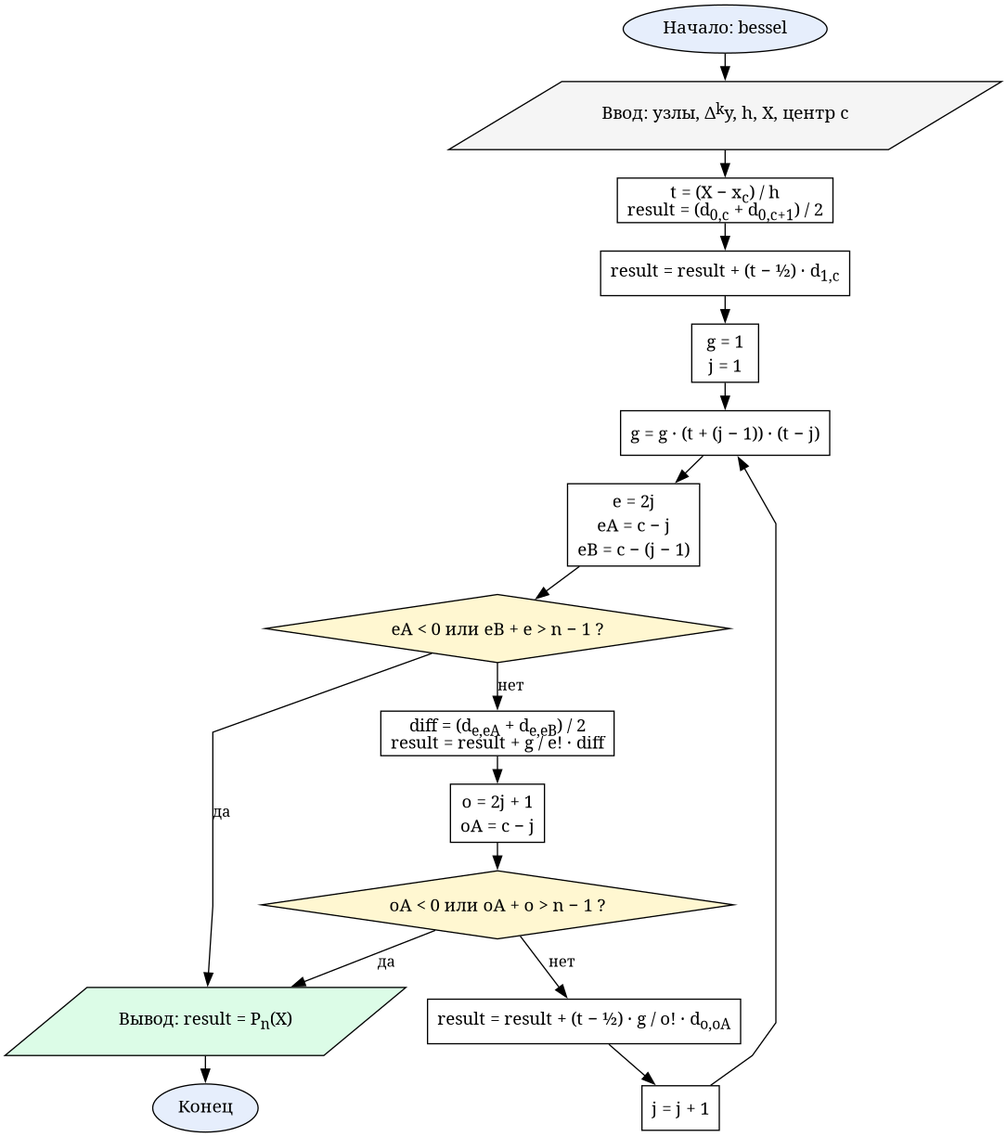
The Graphviz diagram reports/resources/flowcharts/lab5_bessel.png in Oriptal/calc-math-lab2, before a commit. Its source is kept beside it as reports/resources/flowcharts/lab5_bessel.dot. Its diagram source:
```dot
digraph Lab5Bessel {
  graph [fontname="CMU Serif", rankdir=TB, nodesep=0.25, ranksep=0.3, splines=polyline]
  node  [fontname="CMU Serif", fontsize=14, style="filled", fillcolor="#ffffff", color="#000000"]
  edge  [fontname="CMU Serif", fontsize=12, color="#000000"]

  start  [label="Начало: bessel", shape=oval, fillcolor="#e6eefc"]
  input  [label=<Ввод: узлы, Δ<SUP>k</SUP>y, h, X, центр c>, shape=parallelogram, fillcolor="#f5f5f5"]
  init   [label=<t = (X − x<SUB>c</SUB>) / h<BR/>result = (d<SUB>0,c</SUB> + d<SUB>0,c+1</SUB>) / 2>, shape=box]
  term1  [label=<result = result + (t − ½) · d<SUB>1,c</SUB>>, shape=box]
  setg   [label=<g = 1<BR/>j = 1>, shape=box]
  ge     [label=<g = g · (t + (j − 1)) · (t − j)>, shape=box]
  eidx   [label=<e = 2j<BR/>eA = c − j<BR/>eB = c − (j − 1)>, shape=box]
  chke   [label=<eA &lt; 0 или eB + e &gt; n − 1 ?>, shape=diamond, fillcolor="#fff7d1"]
  acce   [label=<diff = (d<SUB>e,eA</SUB> + d<SUB>e,eB</SUB>) / 2<BR/>result = result + g / e! · diff>, shape=box]
  oidx   [label=<o = 2j + 1<BR/>oA = c − j>, shape=box]
  chko   [label=<oA &lt; 0 или oA + o &gt; n − 1 ?>, shape=diamond, fillcolor="#fff7d1"]
  acco   [label=<result = result + (t − ½) · g / o! · d<SUB>o,oA</SUB>>, shape=box]
  nextj  [label=<j = j + 1>, shape=box]
  output [label=<Вывод: result = P<SUB>n</SUB>(X)>, shape=parallelogram, fillcolor="#dcfce7"]
  stop   [label="Конец", shape=oval, fillcolor="#e6eefc"]

  start -> input -> init -> term1 -> setg -> ge
  ge -> eidx -> chke
  chke -> output [label="да"]
  chke -> acce [label="нет"]
  acce -> oidx -> chko
  chko -> output [label="да"]
  chko -> acco [label="нет"]
  acco -> nextj
  nextj -> ge
  output -> stop
}
```
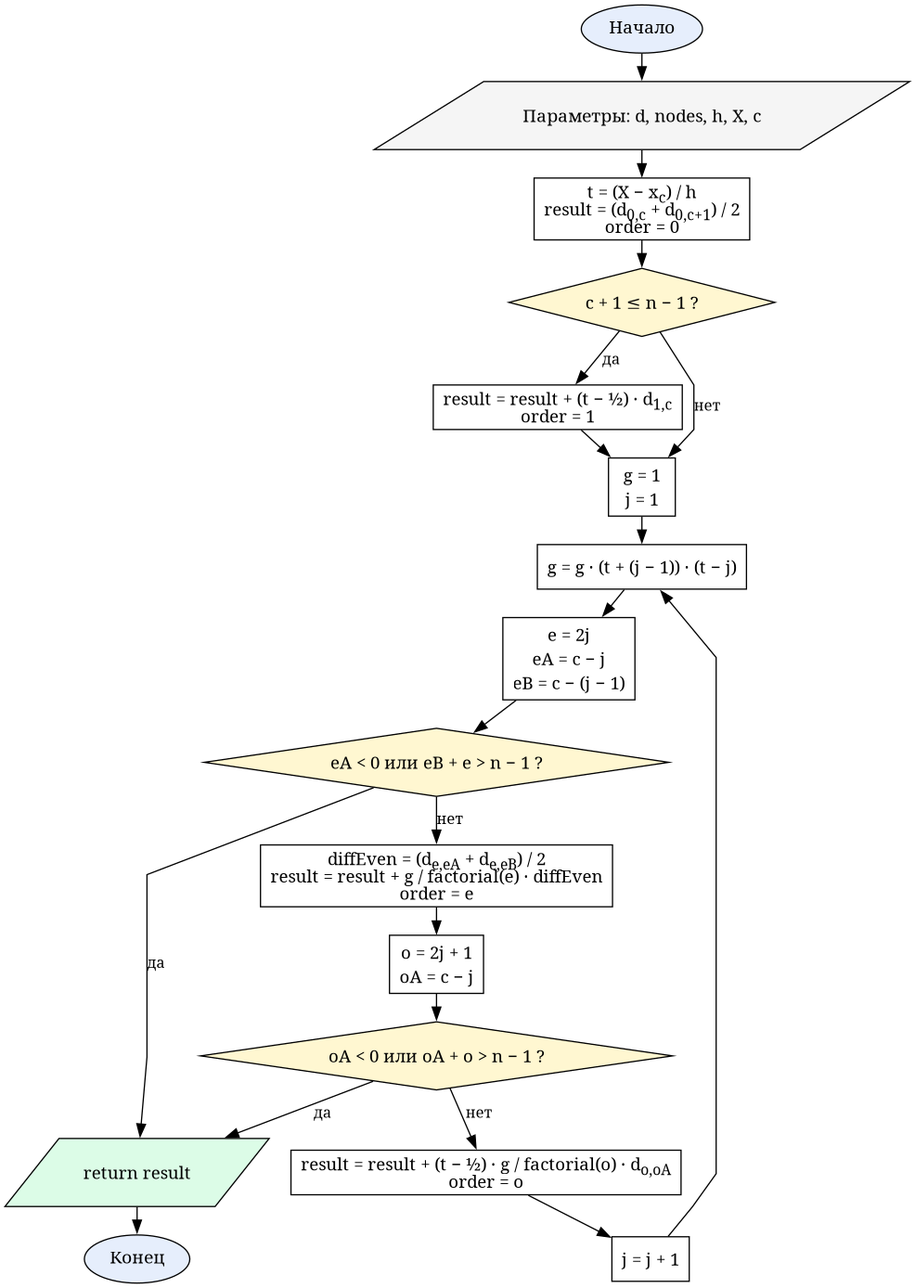
The same diagram one commit later.

The edit, as a diff of the source:
```diff
@@ -3,23 +3,28 @@
   node  [fontname="CMU Serif", fontsize=14, style="filled", fillcolor="#ffffff", color="#000000"]
   edge  [fontname="CMU Serif", fontsize=12, color="#000000"]
 
-  start  [label="Начало: bessel", shape=oval, fillcolor="#e6eefc"]
-  input  [label=<Ввод: узлы, Δ<SUP>k</SUP>y, h, X, центр c>, shape=parallelogram, fillcolor="#f5f5f5"]
-  init   [label=<t = (X − x<SUB>c</SUB>) / h<BR/>result = (d<SUB>0,c</SUB> + d<SUB>0,c+1</SUB>) / 2>, shape=box]
-  term1  [label=<result = result + (t − ½) · d<SUB>1,c</SUB>>, shape=box]
+  start  [label="Начало", shape=oval, fillcolor="#e6eefc"]
+  input  [label=<Параметры: d, nodes, h, X, c>, shape=parallelogram, fillcolor="#f5f5f5"]
+  init   [label=<t = (X − x<SUB>c</SUB>) / h<BR/>result = (d<SUB>0,c</SUB> + d<SUB>0,c+1</SUB>) / 2<BR/>order = 0>, shape=box]
+  g1chk  [label=<c + 1 ≤ n − 1 ?>, shape=diamond, fillcolor="#fff7d1"]
+  term1  [label=<result = result + (t − ½) · d<SUB>1,c</SUB><BR/>order = 1>, shape=box]
   setg   [label=<g = 1<BR/>j = 1>, shape=box]
   ge     [label=<g = g · (t + (j − 1)) · (t − j)>, shape=box]
   eidx   [label=<e = 2j<BR/>eA = c − j<BR/>eB = c − (j − 1)>, shape=box]
   chke   [label=<eA &lt; 0 или eB + e &gt; n − 1 ?>, shape=diamond, fillcolor="#fff7d1"]
-  acce   [label=<diff = (d<SUB>e,eA</SUB> + d<SUB>e,eB</SUB>) / 2<BR/>result = result + g / e! · diff>, shape=box]
+  acce   [label=<diffEven = (d<SUB>e,eA</SUB> + d<SUB>e,eB</SUB>) / 2<BR/>result = result + g / factorial(e) · diffEven<BR/>order = e>, shape=box]
   oidx   [label=<o = 2j + 1<BR/>oA = c − j>, shape=box]
   chko   [label=<oA &lt; 0 или oA + o &gt; n − 1 ?>, shape=diamond, fillcolor="#fff7d1"]
-  acco   [label=<result = result + (t − ½) · g / o! · d<SUB>o,oA</SUB>>, shape=box]
+  acco   [label=<result = result + (t − ½) · g / factorial(o) · d<SUB>o,oA</SUB><BR/>order = o>, shape=box]
   nextj  [label=<j = j + 1>, shape=box]
-  output [label=<Вывод: result = P<SUB>n</SUB>(X)>, shape=parallelogram, fillcolor="#dcfce7"]
+  output [label=<return result>, shape=parallelogram, fillcolor="#dcfce7"]
   stop   [label="Конец", shape=oval, fillcolor="#e6eefc"]
 
-  start -> input -> init -> term1 -> setg -> ge
+  start -> input -> init -> g1chk
+  g1chk -> term1 [label="да"]
+  g1chk -> setg [label="нет"]
+  term1 -> setg
+  setg -> ge
   ge -> eidx -> chke
   chke -> output [label="да"]
   chke -> acce [label="нет"]
```
